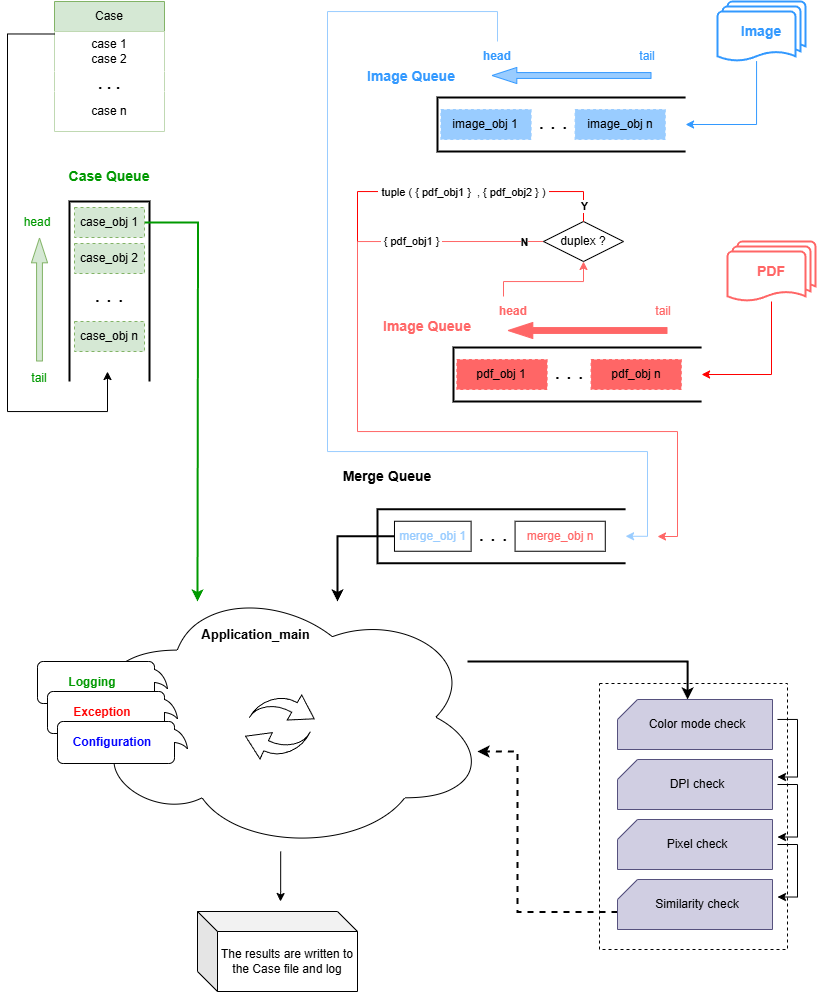
Before: Hannto.drawio.png, a diagram exported from draw.io (M3Darren/Draw.io). Source tidied: cells renumbered, new cells last; positions are measured from the earlier drawing's top-left corner, leaving out a move shared by most shapes.
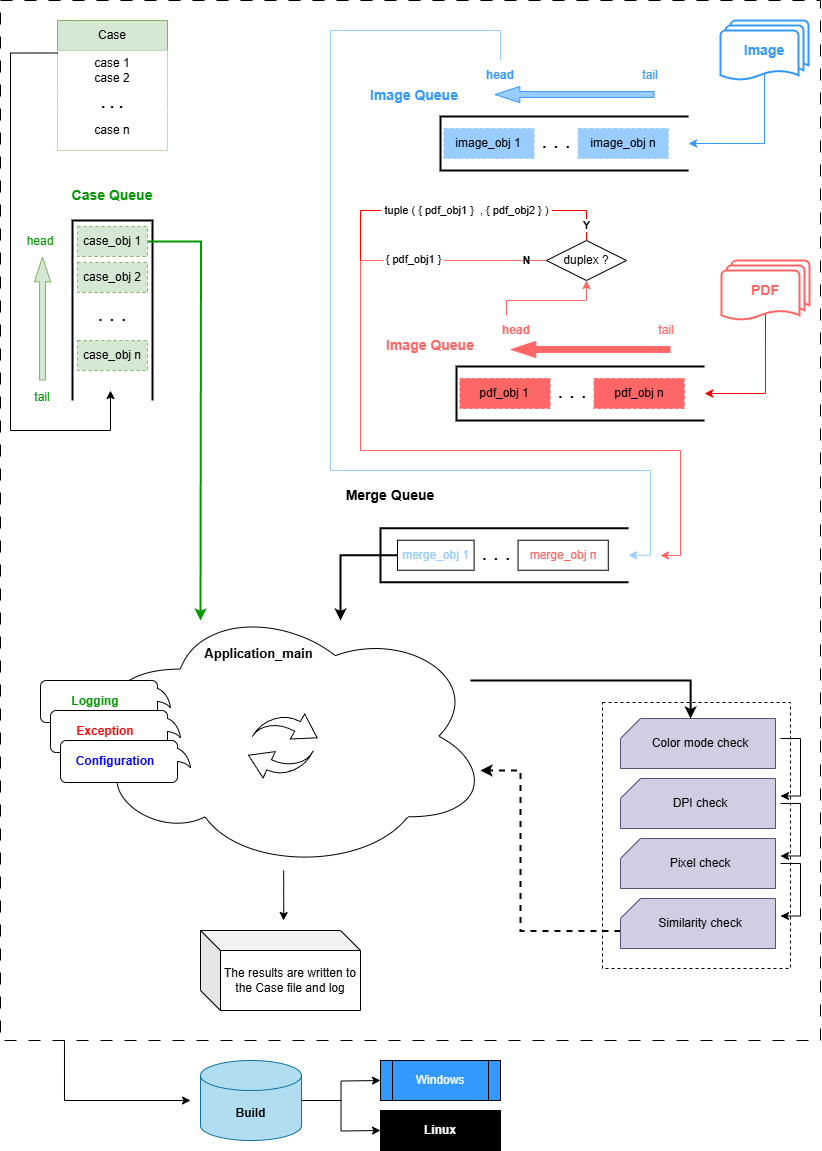
The same file after the commit.

The edit, as a diff of the source:
```diff
@@ -2,6 +2,17 @@
   <root>
     <mxCell id="0" />
     <mxCell id="1" parent="0" />
+    <mxCell id="98" style="edgeStyle=orthogonalEdgeStyle;rounded=0;jettySize=auto;html=1;exitX=0.078;exitY=1;exitDx=0;exitDy=0;exitPerimeter=0;" parent="1" edge="1" source="99">
+      <mxGeometry relative="1" as="geometry">
+        <mxPoint x="180" y="1080" as="targetPoint" />
+        <Array as="points">
+          <mxPoint x="54" y="1080" />
+        </Array>
+      </mxGeometry>
+    </mxCell>
+    <mxCell id="99" style="rounded=0;whiteSpace=wrap;html=1;fillColor=none;dashed=1;dashPattern=12 12;" parent="1" vertex="1">
+      <mxGeometry x="-10" y="-20" width="820" height="1040" as="geometry" />
+    </mxCell>
     <mxCell id="2" value="Case" style="swimlane;fontStyle=0;horizontal=1;startSize=30;whiteSpace=wrap;html=1;fillColor=#d5e8d4;strokeColor=#82b366;" parent="1" vertex="1">
       <mxGeometry x="47" width="110" height="130" as="geometry" />
     </mxCell>
@@ -100,10 +111,10 @@
     <mxCell id="29" value="image_obj n" style="text;html=1;align=center;verticalAlign=middle;whiteSpace=wrap;rounded=0;fillColor=#99CCFF;strokeColor=#99CCFF;dashed=1;" parent="24" vertex="1">
       <mxGeometry x="137.6" y="23.8" width="90.2" height="30" as="geometry" />
     </mxCell>
-    <mxCell id="30" style="edgeStyle=orthogonalEdgeStyle;rounded=0;jettySize=auto;html=1;entryX=0.5;entryY=1;entryDx=0;entryDy=0;exitX=0.444;exitY=0.994;exitDx=0;exitDy=0;exitPerimeter=0;strokeColor=#3399FF;" parent="1" edge="1" source="63" target="26">
+    <mxCell id="30" style="edgeStyle=orthogonalEdgeStyle;rounded=0;jettySize=auto;html=1;entryX=0.5;entryY=1;entryDx=0;entryDy=0;strokeColor=#3399FF;exitX=0.5;exitY=0.88;exitDx=0;exitDy=0;exitPerimeter=0;" parent="1" edge="1" source="63" target="26">
       <mxGeometry relative="1" as="geometry">
         <Array as="points">
-          <mxPoint x="749" y="123" />
+          <mxPoint x="754" y="123" />
         </Array>
       </mxGeometry>
     </mxCell>
@@ -140,10 +151,10 @@
     <mxCell id="40" value="pdf_obj n" style="text;html=1;align=center;verticalAlign=middle;whiteSpace=wrap;rounded=0;fillColor=#FF6666;strokeColor=#FF6666;dashed=1;" parent="35" vertex="1">
       <mxGeometry x="137.6" y="23.8" width="90.2" height="30" as="geometry" />
     </mxCell>
-    <mxCell id="41" style="edgeStyle=orthogonalEdgeStyle;rounded=0;jettySize=auto;html=1;entryX=0.5;entryY=1;entryDx=0;entryDy=0;strokeColor=#FF0000;" parent="1" edge="1" source="62" target="37">
+    <mxCell id="41" style="edgeStyle=orthogonalEdgeStyle;rounded=0;jettySize=auto;html=1;entryX=0.5;entryY=1;entryDx=0;entryDy=0;strokeColor=#FF0000;exitX=0.5;exitY=0.833;exitDx=0;exitDy=0;exitPerimeter=0;" parent="1" edge="1" source="62" target="37">
       <mxGeometry relative="1" as="geometry">
         <Array as="points">
-          <mxPoint x="764" y="373" />
+          <mxPoint x="755" y="373" />
         </Array>
       </mxGeometry>
     </mxCell>
@@ -244,7 +255,7 @@
       <mxGeometry x="7.1" y="39.6" width="56.8" height="46" as="geometry" />
     </mxCell>
     <mxCell id="62" value="&lt;b&gt;&lt;font color=&quot;#ff6666&quot; style=&quot;font-size: 14px;&quot;&gt;PDF&lt;/font&gt;&lt;/b&gt;" style="strokeWidth=2;html=1;shape=mxgraph.flowchart.multi-document;whiteSpace=wrap;strokeColor=#FF6666;" parent="1" vertex="1">
-      <mxGeometry x="720" y="240" width="88" height="60" as="geometry" />
+      <mxGeometry x="711" y="240" width="88" height="60" as="geometry" />
     </mxCell>
     <mxCell id="63" value="&lt;b&gt;&lt;font color=&quot;#3399ff&quot; style=&quot;font-size: 14px;&quot;&gt;Image&lt;/font&gt;&lt;/b&gt;" style="strokeWidth=2;html=1;shape=mxgraph.flowchart.multi-document;whiteSpace=wrap;strokeColor=#3399FF;" parent="1" vertex="1">
       <mxGeometry x="710" width="88" height="60" as="geometry" />
@@ -386,5 +397,24 @@
         <mxPoint x="-1" as="offset" />
       </mxGeometry>
     </mxCell>
+    <mxCell id="100" style="edgeStyle=orthogonalEdgeStyle;rounded=0;jettySize=auto;html=1;" parent="1" edge="1" source="102">
+      <mxGeometry relative="1" as="geometry">
+        <mxPoint x="370" y="1060" as="targetPoint" />
+      </mxGeometry>
+    </mxCell>
+    <mxCell id="101" style="edgeStyle=orthogonalEdgeStyle;rounded=0;jettySize=auto;html=1;" parent="1" edge="1" source="102">
+      <mxGeometry relative="1" as="geometry">
+        <mxPoint x="370" y="1110" as="targetPoint" />
+      </mxGeometry>
+    </mxCell>
+    <mxCell id="102" value="&lt;b&gt;Build&lt;/b&gt;" style="shape=cylinder3;whiteSpace=wrap;html=1;boundedLbl=1;backgroundOutline=1;size=15;fillColor=#b1ddf0;strokeColor=#10739e;" parent="1" vertex="1">
+      <mxGeometry x="190" y="1040" width="101" height="80" as="geometry" />
+    </mxCell>
+    <mxCell id="103" value="&lt;font color=&quot;#ffffff&quot;&gt;Windows&lt;/font&gt;" style="shape=process;whiteSpace=wrap;html=1;backgroundOutline=1;fillColor=#3399FF;" parent="1" vertex="1">
+      <mxGeometry x="370" y="1040" width="120" height="40" as="geometry" />
+    </mxCell>
+    <mxCell id="104" value="&lt;font color=&quot;#ffffff&quot;&gt;&lt;b&gt;Linux&lt;/b&gt;&lt;/font&gt;" style="shape=process;whiteSpace=wrap;html=1;backgroundOutline=1;fillColor=#000000;" parent="1" vertex="1">
+      <mxGeometry x="370" y="1090" width="120" height="40" as="geometry" />
+    </mxCell>
   </root>
 </mxGraphModel>
```
